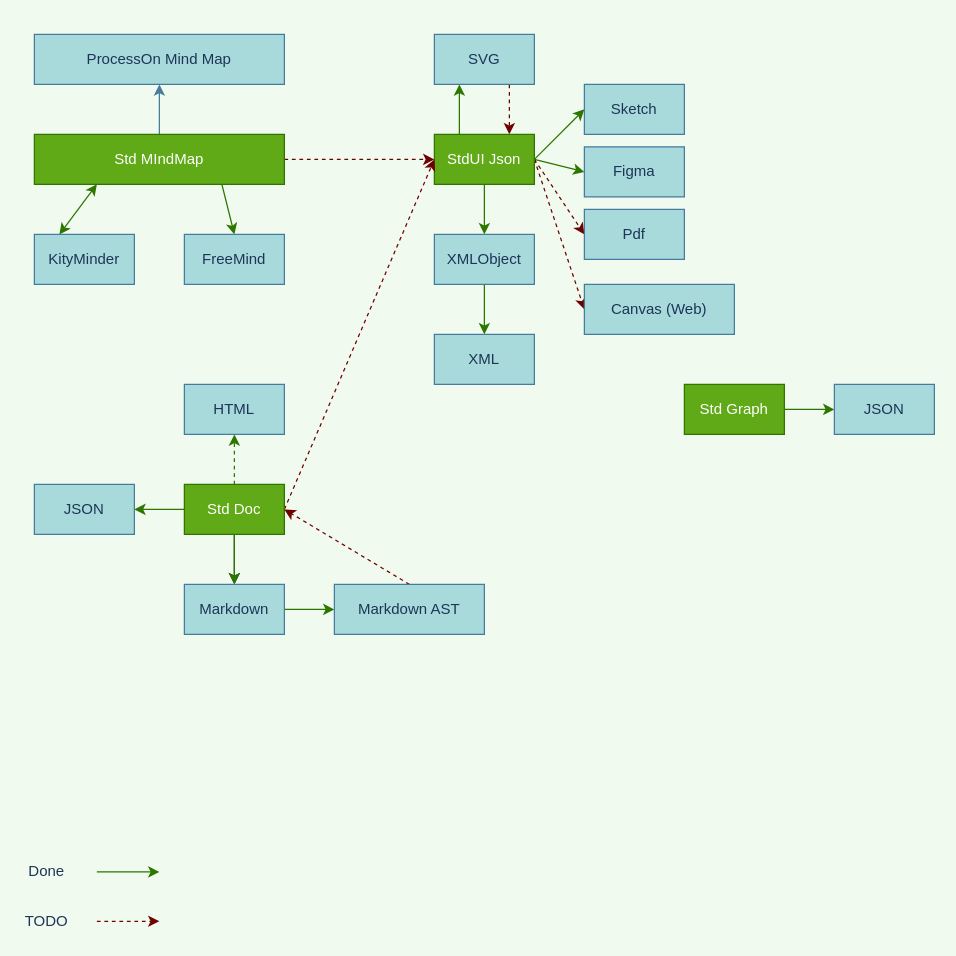
The draw.io diagram goal.drawio in yunser/json-ui, before the edit. Source tidied: cells renumbered, new cells numbered last; positions are measured from the earlier drawing's top-left corner, leaving out a move shared by most shapes. Both pictures are drawn from the tidied source at 125%, with x=0, y=0 at pixel (21, 34).
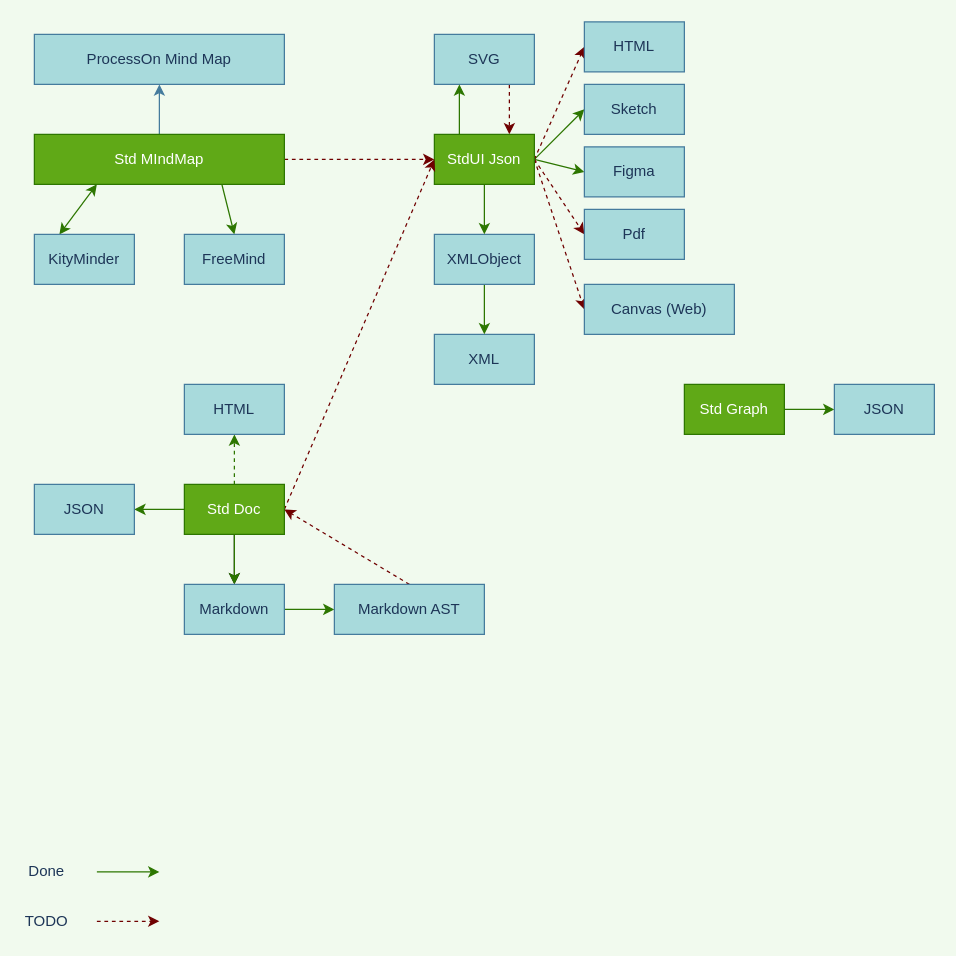
Above is the later version.

Commit message (it also covers changes not shown here):
「新增」支持图片

The change refers to these unchanged cells:
```xml
<mxCell id="13" value="StdUI Json" style="whiteSpace=wrap;html=1;fillColor=#60a917;strokeColor=#2D7600;fontColor=#ffffff;" parent="1" vertex="1">
  <mxGeometry x="330" y="80" width="80" height="40" as="geometry" />
</mxCell>
```

Change to the diagram source:
```diff
@@
+    <mxCell id="45" style="edgeStyle=none;rounded=0;jettySize=auto;html=1;exitX=1;exitY=0.5;exitDx=0;exitDy=0;entryX=0;entryY=0.5;entryDx=0;entryDy=0;dashed=1;fillColor=#a20025;strokeColor=#6F0000;" parent="1" edge="1" source="13" target="46">
+      <mxGeometry relative="1" as="geometry" />
+    </mxCell>
@@
+    <mxCell id="46" value="HTML" style="whiteSpace=wrap;html=1;fillColor=#A8DADC;strokeColor=#457B9D;fontColor=#1D3557;" parent="1" vertex="1">
+      <mxGeometry x="450" y="-10" width="80" height="40" as="geometry" />
+    </mxCell>
```
